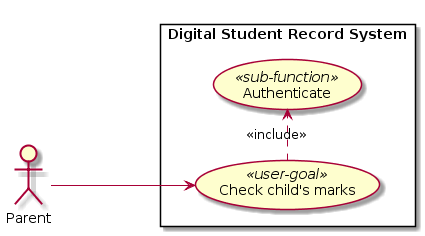
Before: UseCases/story#1_use_case_diagram.png, a diagram exported from PlantUML (sordinho/Group-J---Digital-Student-Record).
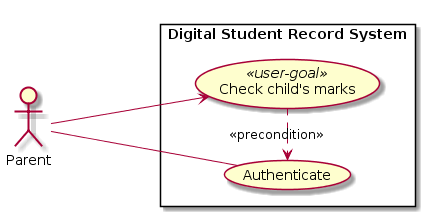
After the change.

Commit message:
use case diagram fixed

Change to the diagram source:
```diff
@@ -3,13 +3,14 @@
 
 rectangle "Digital Student Record System" {
     (Check child's marks) as CCM<<user-goal>>
-    (Authenticate) as A<<sub-function>>
+    (Authenticate) as A
 }
 
 actor :Parent: as P
 
-CCM .> A : <<include>>
+CCM .> A : <<precondition>>
 
 
 P ---> CCM
+P --- A
 @enduml
```
